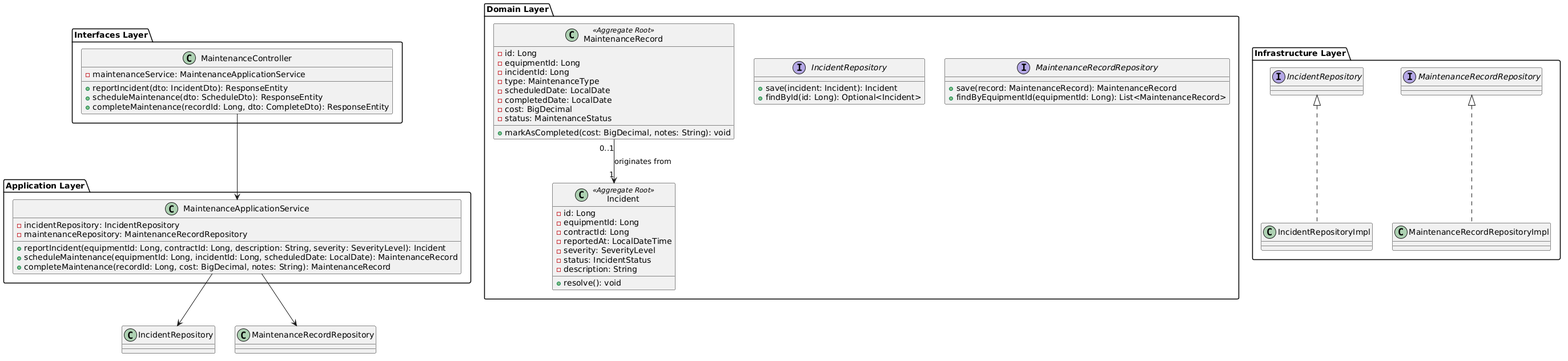
Earlier version of the PlantUML export assets/md-images-chapter4/class-diagram-maintenance.png (upc-pre-202620-1asi0729-7750-cleancode/maquigest-report).
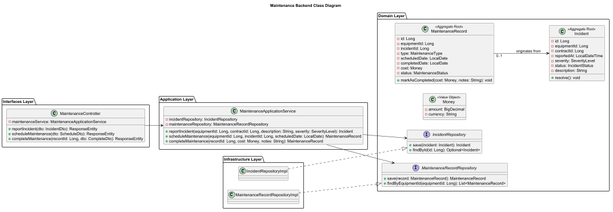
The same diagram one commit later.

Commit message:
docs: update maintenance class diagram

The edit, as a diff of the source:
```diff
@@ -1,65 +1,81 @@
 @startuml
+title Maintenance Backend Class Diagram
+
+left to right direction
+skinparam classAttributeIconSize 10
+
 package "Interfaces Layer" {
-    class MaintenanceController {
-        - maintenanceService: MaintenanceApplicationService
-        + reportIncident(dto: IncidentDto): ResponseEntity
-        + scheduleMaintenance(dto: ScheduleDto): ResponseEntity
-        + completeMaintenance(recordId: Long, dto: CompleteDto): ResponseEntity
-    }
+  class MaintenanceController {
+    - maintenanceService: MaintenanceApplicationService
+    + reportIncident(dto: IncidentDto): ResponseEntity
+    + scheduleMaintenance(dto: ScheduleDto): ResponseEntity
+    + completeMaintenance(recordId: Long, dto: CompleteDto): ResponseEntity
+  }
 }
 
 package "Application Layer" {
-    class MaintenanceApplicationService {
-        - incidentRepository: IncidentRepository
-        - maintenanceRepository: MaintenanceRecordRepository
-        + reportIncident(equipmentId: Long, contractId: Long, description: String, severity: SeverityLevel): Incident
-        + scheduleMaintenance(equipmentId: Long, incidentId: Long, scheduledDate: LocalDate): MaintenanceRecord
-        + completeMaintenance(recordId: Long, cost: BigDecimal, notes: String): MaintenanceRecord
-    }
+  class MaintenanceApplicationService {
+    - incidentRepository: IncidentRepository
+    - maintenanceRepository: MaintenanceRecordRepository
+    + reportIncident(equipmentId: Long, contractId: Long, description: String, severity: SeverityLevel): Incident
+    + scheduleMaintenance(equipmentId: Long, incidentId: Long, scheduledDate: LocalDate): MaintenanceRecord
+    + completeMaintenance(recordId: Long, cost: Money, notes: String): MaintenanceRecord
+  }
 }
 
 package "Domain Layer" {
-    class Incident <<Aggregate Root>> {
-        - id: Long
-        - equipmentId: Long
-        - contractId: Long
-        - reportedAt: LocalDateTime
-        - severity: SeverityLevel
-        - status: IncidentStatus
-        - description: String
-        + resolve(): void
-    }
+  class MaintenanceRecord <<Aggregate Root>> {
+    - id: Long
+    - equipmentId: Long
+    - incidentId: Long
+    - type: MaintenanceType
+    - scheduledDate: LocalDate
+    - completedDate: LocalDate
+    - cost: Money
+    - status: MaintenanceStatus
+    + markAsCompleted(cost: Money, notes: String): void
+  }
 
-    class MaintenanceRecord <<Aggregate Root>> {
-        - id: Long
-        - equipmentId: Long
-        - incidentId: Long
-        - type: MaintenanceType
-        - scheduledDate: LocalDate
-        - completedDate: LocalDate
-        - cost: BigDecimal
-        - status: MaintenanceStatus
-        + markAsCompleted(cost: BigDecimal, notes: String): void
-    }
+  class Incident <<Aggregate Root>> {
+    - id: Long
+    - equipmentId: Long
+    - contractId: Long
+    - reportedAt: LocalDateTime
+    - severity: SeverityLevel
+    - status: IncidentStatus
+    - description: String
+    + resolve(): void
+  }
 
-    interface IncidentRepository {
-        + save(incident: Incident): Incident
-        + findById(id: Long): Optional<Incident>
-    }
+  class Money <<Value Object>> {
+    - amount: BigDecimal
+    - currency: String
+  }
 
-    interface MaintenanceRecordRepository {
-        + save(record: MaintenanceRecord): MaintenanceRecord
-        + findByEquipmentId(equipmentId: Long): List<MaintenanceRecord>
-    }
+  interface IncidentRepository {
+    + save(incident: Incident): Incident
+    + findById(id: Long): Optional<Incident>
+  }
+
+  interface MaintenanceRecordRepository {
+    + save(record: MaintenanceRecord): MaintenanceRecord
+    + findByEquipmentId(equipmentId: Long): List<MaintenanceRecord>
+  }
 }
 
 package "Infrastructure Layer" {
-    class IncidentRepositoryImpl implements IncidentRepository
-    class MaintenanceRecordRepositoryImpl implements MaintenanceRecordRepository
+  class IncidentRepositoryImpl
+  class MaintenanceRecordRepositoryImpl
 }
 
 MaintenanceController --> MaintenanceApplicationService
+
 MaintenanceApplicationService --> IncidentRepository
 MaintenanceApplicationService --> MaintenanceRecordRepository
-MaintenanceRecord "0..1" --> "1" Incident : originates from
+
+IncidentRepositoryImpl ..|> IncidentRepository
+MaintenanceRecordRepositoryImpl ..|> MaintenanceRecordRepository
+
+MaintenanceRecord "0..1" --> Incident : originates from
+
 @enduml
```
